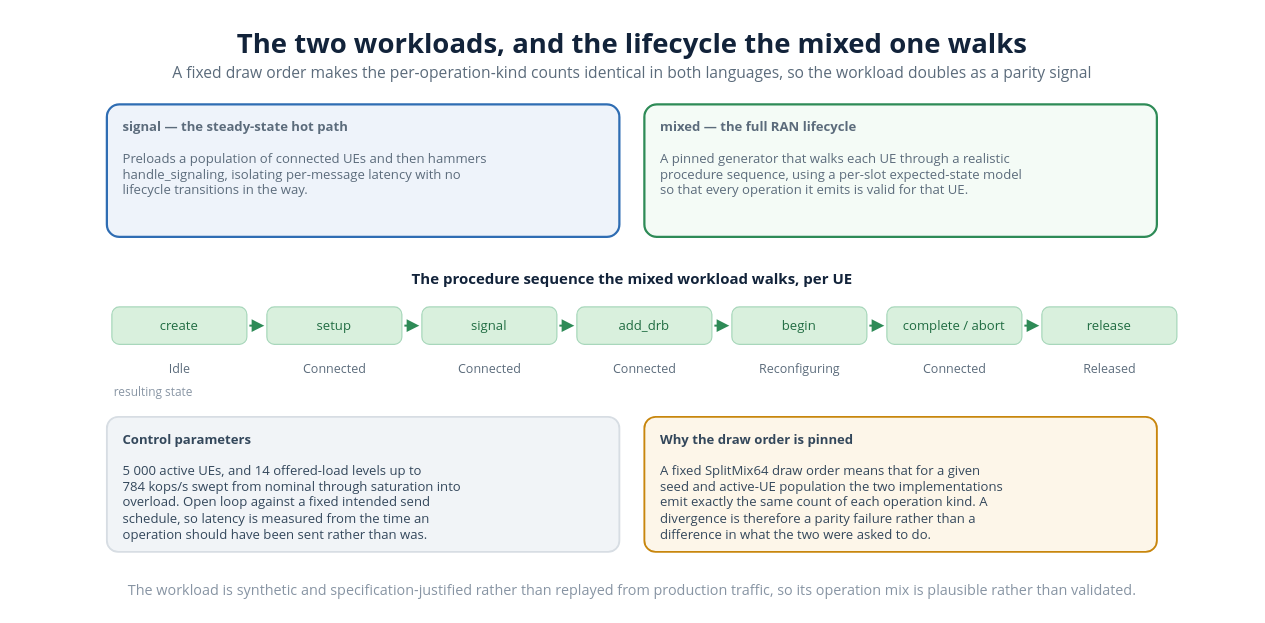
Earlier version of the draw.io diagram diagrams/27_workload_timeline.drawio (VienThanh12/Master-Thesis). Source tidied: cells renumbered, new cells numbered last; positions are measured from the earlier drawing's top-left corner, leaving out a move shared by most shapes. Both pictures are drawn from the tidied source at 125%, with x=0, y=0 at pixel (20, 20).
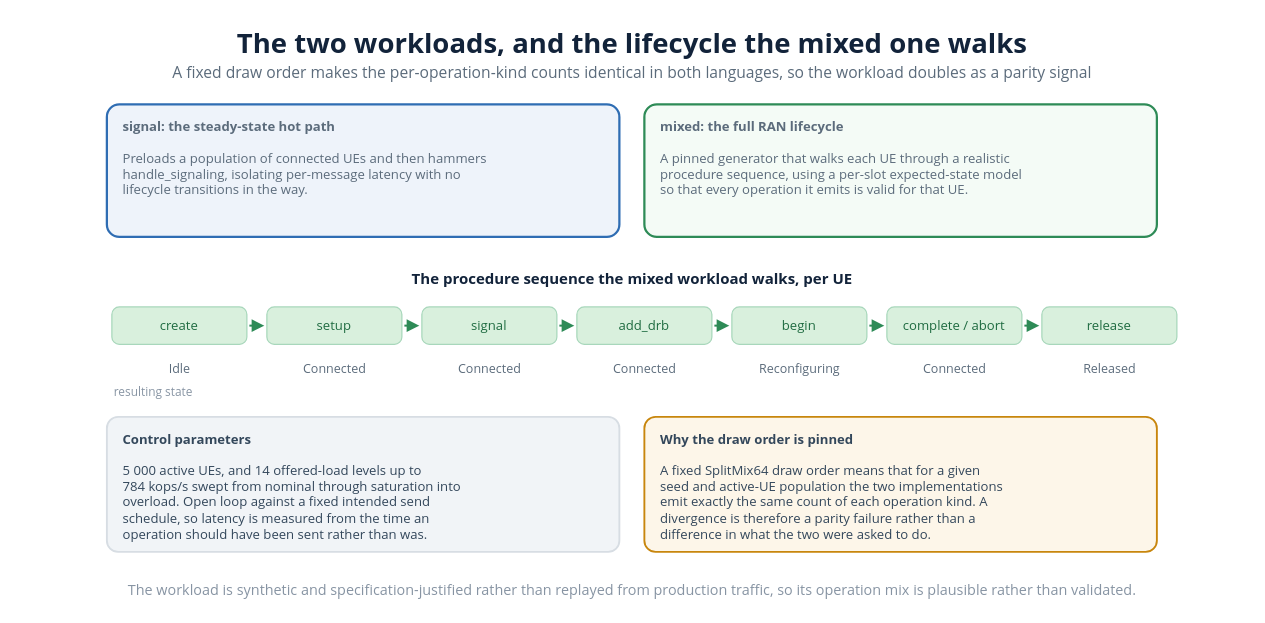
The same diagram, later.

What changed in the source:
```diff
@@
-    <mxCell id="4" value="&lt;b&gt;signal — the steady-state hot path&lt;/b&gt;&lt;br&gt;&lt;br&gt;Preloads a population of connected UEs and then hammers&lt;br&gt;handle_signaling, isolating per-message latency with no&lt;br&gt;lifecycle transitions in the way." style="rounded=1;whiteSpace=wrap;html=1;absoluteArcSize=1;arcSize=20;fillColor=#eef3fa;strokeColor=#2f6db3;strokeWidth=1.8;align=left;verticalAlign=top;spacingLeft=11;spacingTop=5;spacingRight=6;fontSize=10.5;fontColor=#5b6b7b;fontFamily=Segoe UI;" parent="1" vertex="1">
+    <mxCell id="4" value="&lt;b&gt;signal: the steady-state hot path&lt;/b&gt;&lt;br&gt;&lt;br&gt;Preloads a population of connected UEs and then hammers&lt;br&gt;handle_signaling, isolating per-message latency with no&lt;br&gt;lifecycle transitions in the way." style="rounded=1;whiteSpace=wrap;html=1;absoluteArcSize=1;arcSize=20;fillColor=#eef3fa;strokeColor=#2f6db3;strokeWidth=1.8;align=left;verticalAlign=top;spacingLeft=11;spacingTop=5;spacingRight=6;fontSize=10.5;fontColor=#5b6b7b;fontFamily=Segoe UI;" parent="1" vertex="1">
       <mxGeometry x="69" y="67" width="410" height="106" as="geometry" />
     </mxCell>
-    <mxCell id="5" value="&lt;b&gt;mixed — the full RAN lifecycle&lt;/b&gt;&lt;br&gt;&lt;br&gt;A pinned generator that walks each UE through a realistic&lt;br&gt;procedure sequence, using a per-slot expected-state model&lt;br&gt;so that every operation it emits is valid for that UE." style="rounded=1;whiteSpace=wrap;html=1;absoluteArcSize=1;arcSize=20;fillColor=#f4fbf6;strokeColor=#2e8b57;strokeWidth=1.8;align=left;verticalAlign=top;spacingLeft=11;spacingTop=5;spacingRight=6;fontSize=10.5;fontColor=#5b6b7b;fontFamily=Segoe UI;" parent="1" vertex="1">
+    <mxCell id="5" value="&lt;b&gt;mixed: the full RAN lifecycle&lt;/b&gt;&lt;br&gt;&lt;br&gt;A pinned generator that walks each UE through a realistic&lt;br&gt;procedure sequence, using a per-slot expected-state model&lt;br&gt;so that every operation it emits is valid for that UE." style="rounded=1;whiteSpace=wrap;html=1;absoluteArcSize=1;arcSize=20;fillColor=#f4fbf6;strokeColor=#2e8b57;strokeWidth=1.8;align=left;verticalAlign=top;spacingLeft=11;spacingTop=5;spacingRight=6;fontSize=10.5;fontColor=#5b6b7b;fontFamily=Segoe UI;" parent="1" vertex="1">
       <mxGeometry x="499" y="67" width="410" height="106" as="geometry" />
     </mxCell>
```
